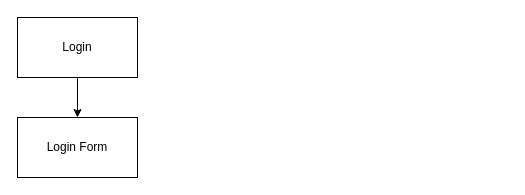
This is client/src/components/componentMap.drawio from ekollie/phase-4-project, a draw.io file, before an edit. Source tidied: cells renumbered, new cells numbered last; positions are measured from the earlier drawing's top-left corner, leaving out a move shared by most shapes. Both pictures are drawn from the tidied source at 100%, with x=0, y=0 at pixel (17, 17).
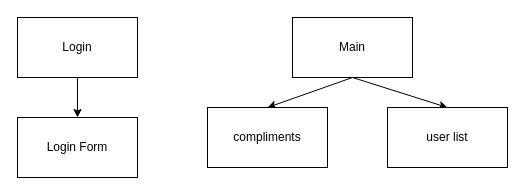
The same page after the edit.

What changed in the source:
```diff
@@
 <mxGraphModel>
   <root>
     <mxCell id="0" />
     <mxCell id="1" parent="0" />
     <mxCell id="2" style="edgeStyle=none;html=1;exitX=0.5;exitY=1;exitDx=0;exitDy=0;entryX=0.5;entryY=0;entryDx=0;entryDy=0;" parent="1" edge="1" source="3" target="4">
       <mxGeometry relative="1" as="geometry" />
     </mxCell>
     <mxCell id="3" value="Login" style="rounded=0;whiteSpace=wrap;html=1;" parent="1" vertex="1">
       <mxGeometry width="120" height="60" as="geometry" />
     </mxCell>
     <mxCell id="4" value="Login Form" style="rounded=0;whiteSpace=wrap;html=1;" parent="1" vertex="1">
       <mxGeometry y="100" width="120" height="60" as="geometry" />
     </mxCell>
+    <mxCell id="5" style="edgeStyle=none;html=1;exitX=0.5;exitY=1;exitDx=0;exitDy=0;entryX=0.5;entryY=0;entryDx=0;entryDy=0;" parent="1" edge="1" source="7" target="8">
+      <mxGeometry relative="1" as="geometry" />
+    </mxCell>
+    <mxCell id="6" style="edgeStyle=none;html=1;exitX=0.5;exitY=1;exitDx=0;exitDy=0;entryX=0.5;entryY=0;entryDx=0;entryDy=0;" parent="1" edge="1" source="7" target="9">
+      <mxGeometry relative="1" as="geometry" />
+    </mxCell>
+    <mxCell id="7" value="Main" style="rounded=0;whiteSpace=wrap;html=1;" parent="1" vertex="1">
+      <mxGeometry x="275" width="120" height="60" as="geometry" />
+    </mxCell>
+    <mxCell id="8" value="user list" style="rounded=0;whiteSpace=wrap;html=1;" parent="1" vertex="1">
+      <mxGeometry x="370" y="90" width="120" height="60" as="geometry" />
+    </mxCell>
+    <mxCell id="9" value="compliments" style="rounded=0;whiteSpace=wrap;html=1;" parent="1" vertex="1">
+      <mxGeometry x="190" y="90" width="120" height="60" as="geometry" />
+    </mxCell>
   </root>
 </mxGraphModel>
```
